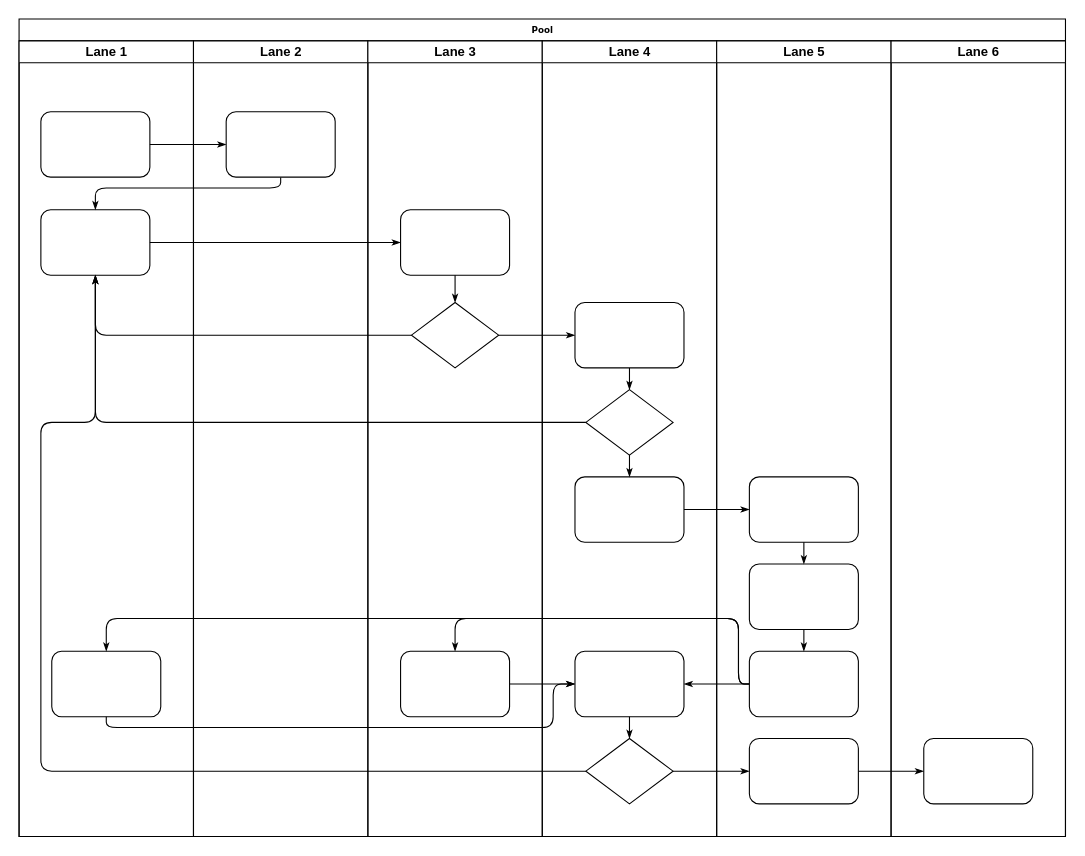
This is WORK_FLOW.drawio from y3kh6s03/Reane, a draw.io file, before an edit. Source tidied: cells renumbered, new cells numbered last; positions are measured from the earlier drawing's top-left corner, leaving out a move shared by most shapes. Both pictures are drawn from the tidied source at 109%, with x=0, y=0 at pixel (19, 19).
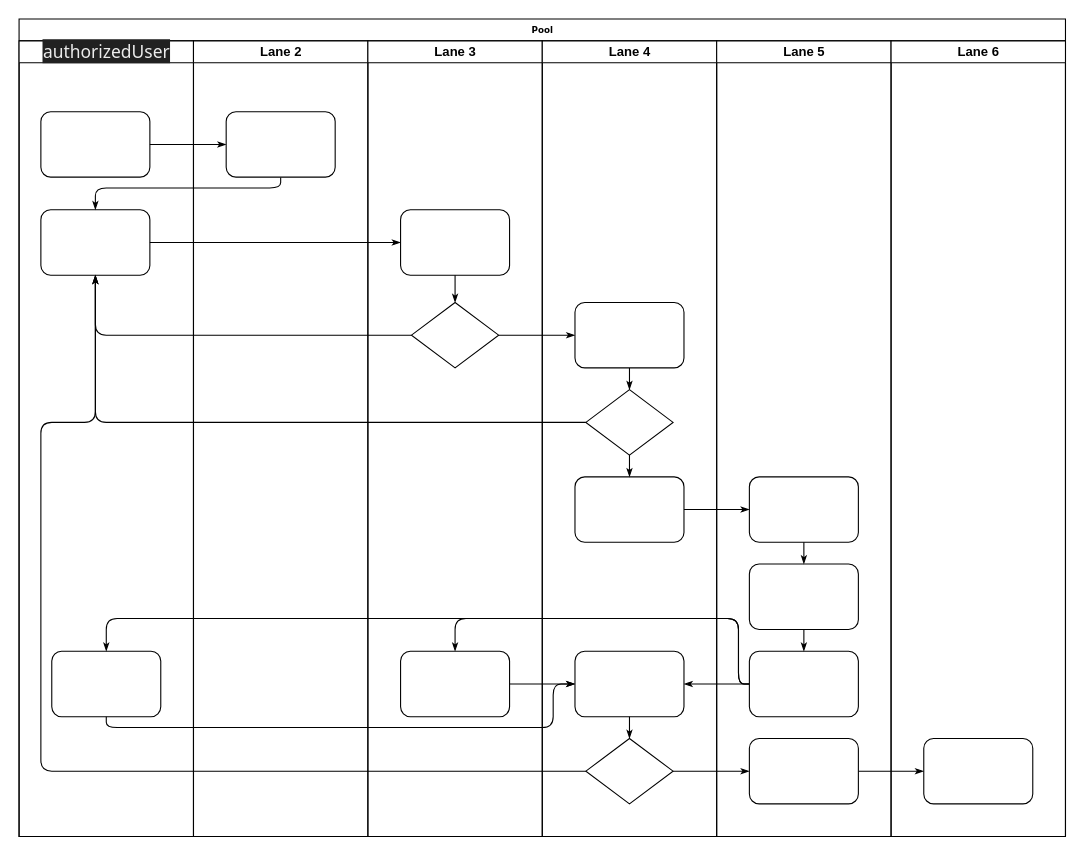
The same page after the edit.

Commit message:
WORK_FLOW.drawio を更新します

Unchanged cells that the change refers to:
```xml
<mxCell id="2" value="Pool" style="swimlane;html=1;startSize=20;rounded=0;shadow=0;labelBackgroundColor=none;strokeWidth=1;fontFamily=Verdana;fontSize=8;align=center;" parent="1" vertex="1">
  <mxGeometry width="960" height="750" as="geometry" />
</mxCell>
```

What changed in the source:
```diff
@@
-    <mxCell id="3" value="Lane 1" style="swimlane;html=1;startSize=20;" parent="2" vertex="1">
+    <mxCell id="3" value="&lt;span style=&quot;color: rgb(236, 236, 236); font-family: Söhne, ui-sans-serif, system-ui, -apple-system, &amp;quot;Segoe UI&amp;quot;, Roboto, Ubuntu, Cantarell, &amp;quot;Noto Sans&amp;quot;, sans-serif, &amp;quot;Helvetica Neue&amp;quot;, Arial, &amp;quot;Apple Color Emoji&amp;quot;, &amp;quot;Segoe UI Emoji&amp;quot;, &amp;quot;Segoe UI Symbol&amp;quot;, &amp;quot;Noto Color Emoji&amp;quot;; font-size: 16px; font-weight: 400; text-align: left; white-space: pre-wrap; background-color: rgb(33, 33, 33);&quot;&gt;authorizedUser&lt;/span&gt;" style="swimlane;html=1;startSize=20;" parent="2" vertex="1">
       <mxGeometry y="20" width="160" height="730" as="geometry" />
     </mxCell>
```
